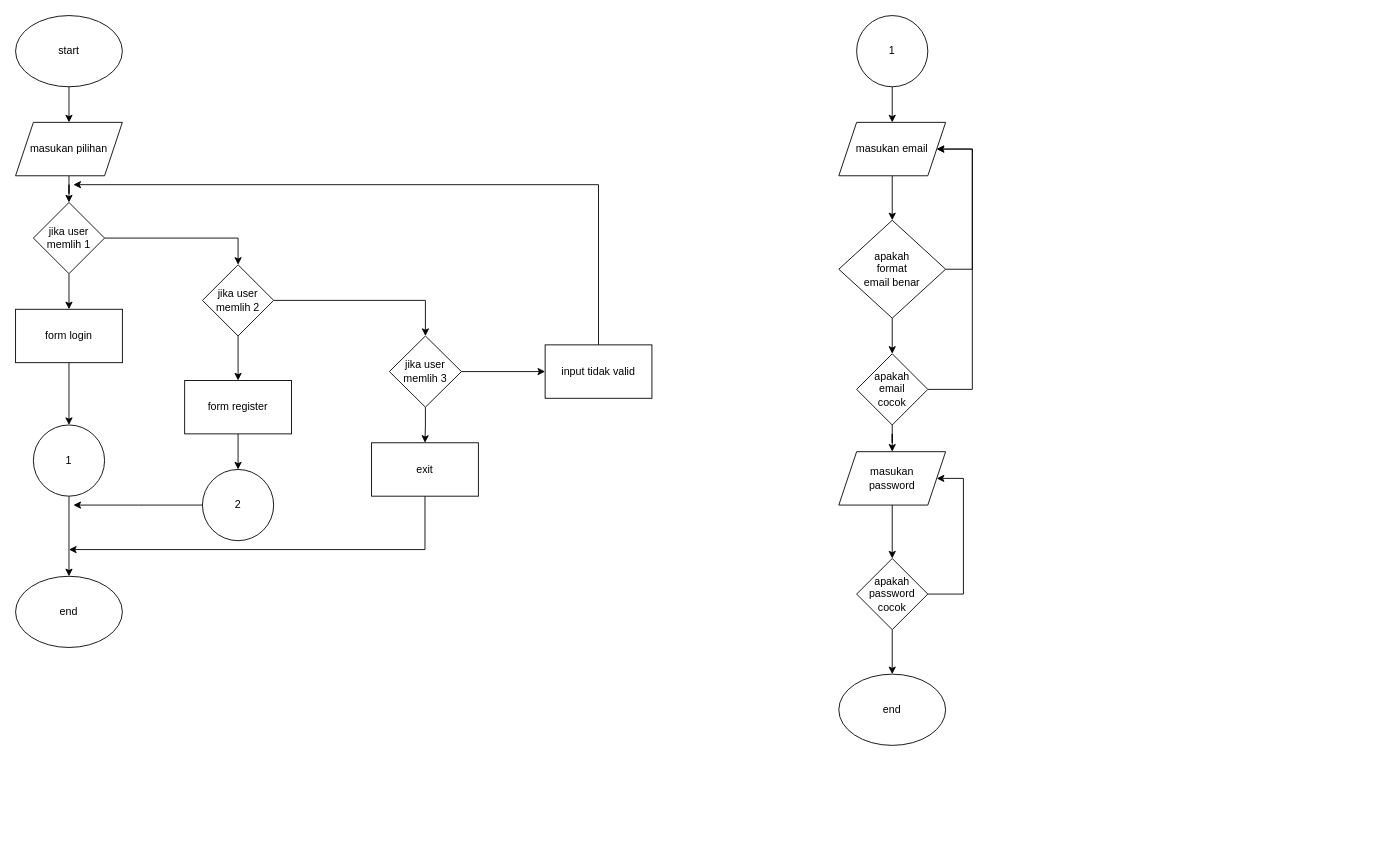
The draw.io diagram Diagram Tanpa Judul.drawio in aryy-hue/BasicProgrammingThessis, before the edit. Source tidied: cells renumbered, new cells numbered last; positions are measured from the earlier drawing's top-left corner, leaving out a move shared by most shapes. Both pictures are drawn from the tidied source at 89%, with x=0, y=0 at pixel (15, 15).
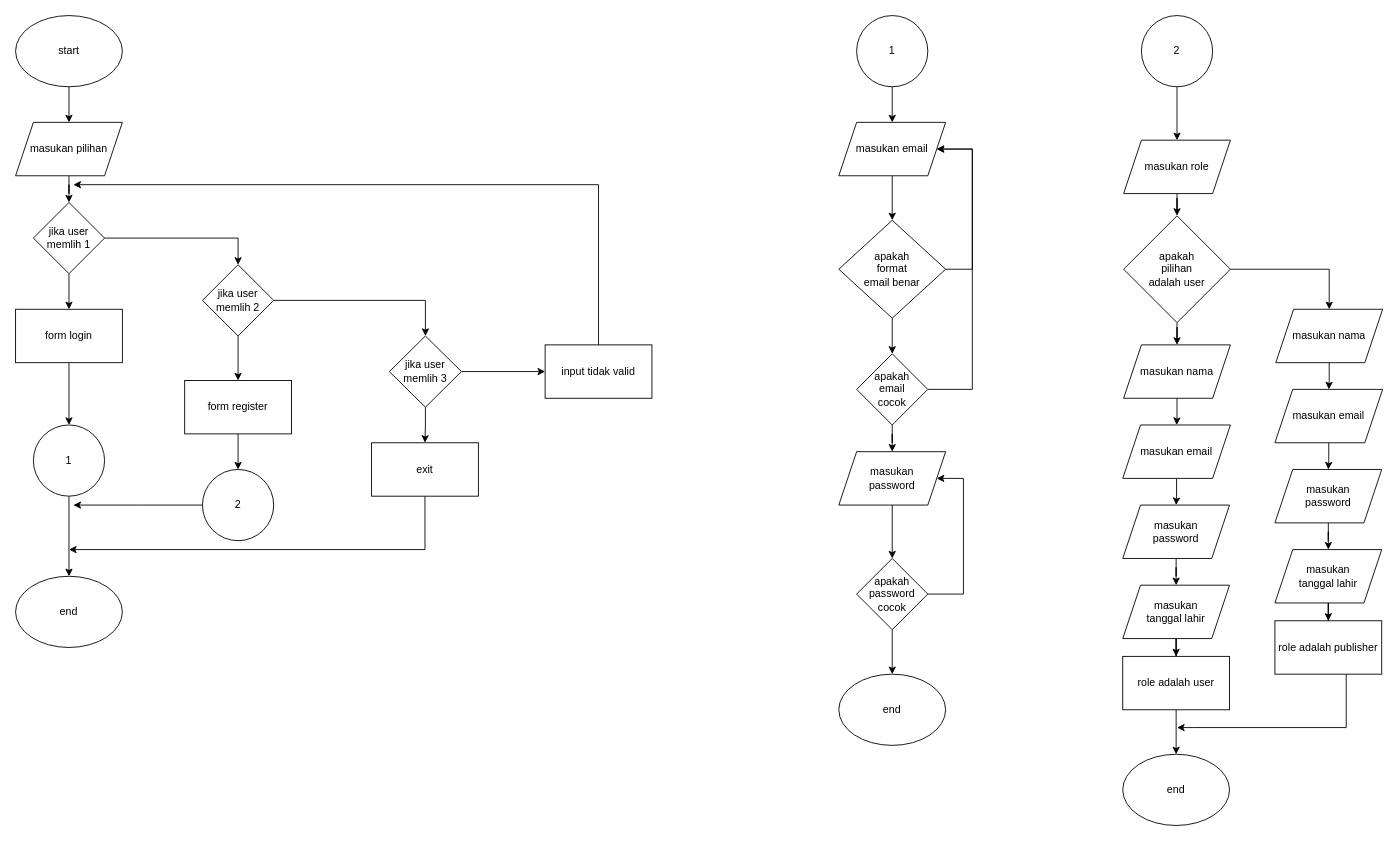
The same page after the edit.

Diff of the diagram source:
```diff
@@
+    <mxCell id="44" style="edgeStyle=orthogonalEdgeStyle;rounded=0;jettySize=auto;html=1;entryX=0.5;entryY=0;entryDx=0;entryDy=0;" parent="1" edge="1" source="45" target="47">
+      <mxGeometry relative="1" as="geometry" />
+    </mxCell>
+    <mxCell id="45" value="2" style="ellipse;whiteSpace=wrap;html=1;" parent="1" vertex="1">
+      <mxGeometry x="1265" width="80" height="80" as="geometry" />
+    </mxCell>
+    <mxCell id="46" style="edgeStyle=orthogonalEdgeStyle;rounded=0;jettySize=auto;html=1;" parent="1" edge="1" source="47" target="50">
+      <mxGeometry relative="1" as="geometry" />
+    </mxCell>
+    <mxCell id="47" value="masukan role" style="shape=parallelogram;perimeter=parallelogramPerimeter;whiteSpace=wrap;html=1;fixedSize=1;" parent="1" vertex="1">
+      <mxGeometry x="1245" y="140" width="120" height="60" as="geometry" />
+    </mxCell>
+    <mxCell id="48" style="edgeStyle=orthogonalEdgeStyle;rounded=0;jettySize=auto;html=1;" parent="1" edge="1" source="50" target="52">
+      <mxGeometry relative="1" as="geometry" />
+    </mxCell>
+    <mxCell id="49" style="edgeStyle=orthogonalEdgeStyle;rounded=0;jettySize=auto;html=1;entryX=0.5;entryY=0;entryDx=0;entryDy=0;" parent="1" edge="1" source="50" target="63">
+      <mxGeometry relative="1" as="geometry" />
+    </mxCell>
+    <mxCell id="50" value="apakah &lt;br&gt;pilihan &lt;br&gt;adalah user" style="rhombus;whiteSpace=wrap;html=1;" parent="1" vertex="1">
+      <mxGeometry x="1245" y="225" width="120" height="120" as="geometry" />
+    </mxCell>
+    <mxCell id="51" style="edgeStyle=orthogonalEdgeStyle;rounded=0;jettySize=auto;html=1;" parent="1" edge="1" source="52" target="54">
+      <mxGeometry relative="1" as="geometry" />
+    </mxCell>
+    <mxCell id="52" value="masukan nama" style="shape=parallelogram;perimeter=parallelogramPerimeter;whiteSpace=wrap;html=1;fixedSize=1;" parent="1" vertex="1">
+      <mxGeometry x="1245" y="370" width="120" height="60" as="geometry" />
+    </mxCell>
+    <mxCell id="53" style="edgeStyle=orthogonalEdgeStyle;rounded=0;jettySize=auto;html=1;" parent="1" edge="1" source="54" target="56">
+      <mxGeometry relative="1" as="geometry" />
+    </mxCell>
+    <mxCell id="54" value="masukan email" style="shape=parallelogram;perimeter=parallelogramPerimeter;whiteSpace=wrap;html=1;fixedSize=1;" parent="1" vertex="1">
+      <mxGeometry x="1244" y="460" width="121" height="60" as="geometry" />
+    </mxCell>
+    <mxCell id="55" style="edgeStyle=orthogonalEdgeStyle;rounded=0;jettySize=auto;html=1;" parent="1" edge="1" source="56" target="58">
+      <mxGeometry relative="1" as="geometry" />
+    </mxCell>
+    <mxCell id="56" value="masukan &lt;br&gt;password" style="shape=parallelogram;perimeter=parallelogramPerimeter;whiteSpace=wrap;html=1;fixedSize=1;" parent="1" vertex="1">
+      <mxGeometry x="1244" y="550" width="120" height="60" as="geometry" />
+    </mxCell>
+    <mxCell id="57" style="edgeStyle=orthogonalEdgeStyle;rounded=0;jettySize=auto;html=1;" parent="1" edge="1" source="58" target="60">
+      <mxGeometry relative="1" as="geometry" />
+    </mxCell>
+    <mxCell id="58" value="masukan &lt;br&gt;tanggal lahir" style="shape=parallelogram;perimeter=parallelogramPerimeter;whiteSpace=wrap;html=1;fixedSize=1;" parent="1" vertex="1">
+      <mxGeometry x="1244" y="640" width="120" height="60" as="geometry" />
+    </mxCell>
+    <mxCell id="59" style="edgeStyle=orthogonalEdgeStyle;rounded=0;jettySize=auto;html=1;" parent="1" edge="1" source="60" target="61">
+      <mxGeometry relative="1" as="geometry" />
+    </mxCell>
+    <mxCell id="60" value="role adalah user" style="rounded=0;whiteSpace=wrap;html=1;" parent="1" vertex="1">
+      <mxGeometry x="1244" y="720" width="120" height="60" as="geometry" />
+    </mxCell>
+    <mxCell id="61" value="end" style="ellipse;whiteSpace=wrap;html=1;" parent="1" vertex="1">
+      <mxGeometry x="1244" y="830" width="120" height="80" as="geometry" />
+    </mxCell>
+    <mxCell id="62" style="edgeStyle=orthogonalEdgeStyle;rounded=0;jettySize=auto;html=1;" parent="1" edge="1" source="63" target="65">
+      <mxGeometry relative="1" as="geometry" />
+    </mxCell>
+    <mxCell id="63" value="masukan nama" style="shape=parallelogram;perimeter=parallelogramPerimeter;whiteSpace=wrap;html=1;fixedSize=1;" parent="1" vertex="1">
+      <mxGeometry x="1416" y="330" width="120" height="60" as="geometry" />
+    </mxCell>
+    <mxCell id="64" style="edgeStyle=orthogonalEdgeStyle;rounded=0;jettySize=auto;html=1;" parent="1" edge="1" source="65" target="67">
+      <mxGeometry relative="1" as="geometry" />
+    </mxCell>
+    <mxCell id="65" value="masukan email" style="shape=parallelogram;perimeter=parallelogramPerimeter;whiteSpace=wrap;html=1;fixedSize=1;" parent="1" vertex="1">
+      <mxGeometry x="1415" y="420" width="121" height="60" as="geometry" />
+    </mxCell>
+    <mxCell id="66" style="edgeStyle=orthogonalEdgeStyle;rounded=0;jettySize=auto;html=1;" parent="1" edge="1" source="67" target="69">
+      <mxGeometry relative="1" as="geometry" />
+    </mxCell>
+    <mxCell id="67" value="masukan &lt;br&gt;password" style="shape=parallelogram;perimeter=parallelogramPerimeter;whiteSpace=wrap;html=1;fixedSize=1;" parent="1" vertex="1">
+      <mxGeometry x="1415" y="510" width="120" height="60" as="geometry" />
+    </mxCell>
+    <mxCell id="68" style="edgeStyle=orthogonalEdgeStyle;rounded=0;jettySize=auto;html=1;" parent="1" edge="1" source="69" target="71">
+      <mxGeometry relative="1" as="geometry" />
+    </mxCell>
+    <mxCell id="69" value="masukan &lt;br&gt;tanggal lahir" style="shape=parallelogram;perimeter=parallelogramPerimeter;whiteSpace=wrap;html=1;fixedSize=1;" parent="1" vertex="1">
+      <mxGeometry x="1415" y="600" width="120" height="60" as="geometry" />
+    </mxCell>
+    <mxCell id="70" style="edgeStyle=orthogonalEdgeStyle;rounded=0;orthogonalLoop=1;jettySize=auto;html=1;" parent="1" edge="1">
+      <mxGeometry relative="1" as="geometry">
+        <mxPoint x="1495.1" y="740" as="sourcePoint" />
+        <mxPoint x="1305" y="800" as="targetPoint" />
+        <Array as="points">
+          <mxPoint x="1495" y="800" />
+          <mxPoint x="1325" y="800" />
+        </Array>
+      </mxGeometry>
+    </mxCell>
+    <mxCell id="71" value="role adalah publisher" style="rounded=0;whiteSpace=wrap;html=1;" parent="1" vertex="1">
+      <mxGeometry x="1415" y="680" width="120" height="60" as="geometry" />
+    </mxCell>
```
